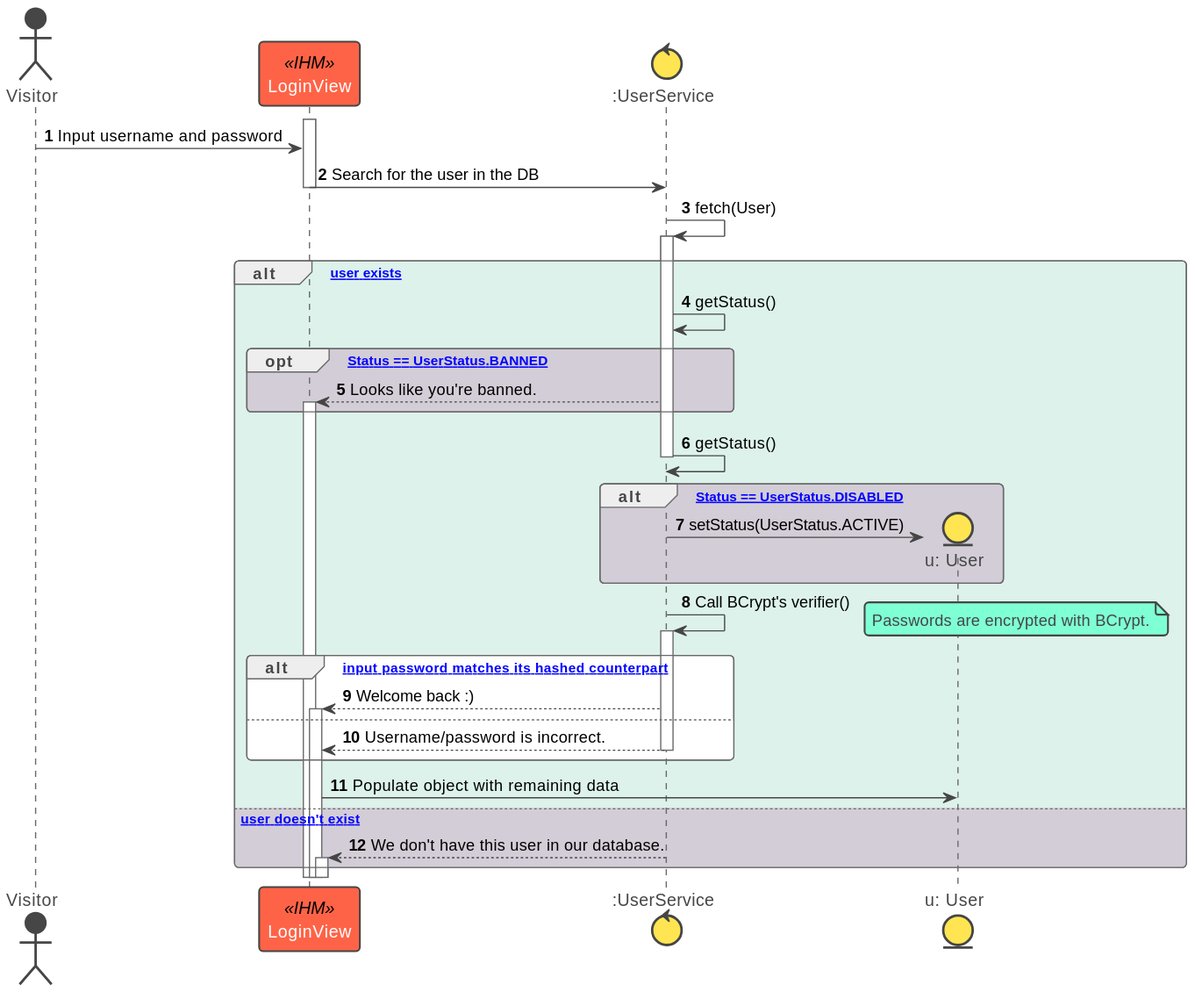
Druid-ESPRIT/magnum-docs keeps this PlantUML diagram as doc/export/seq/user-auth.svg. Above is the earlier version.
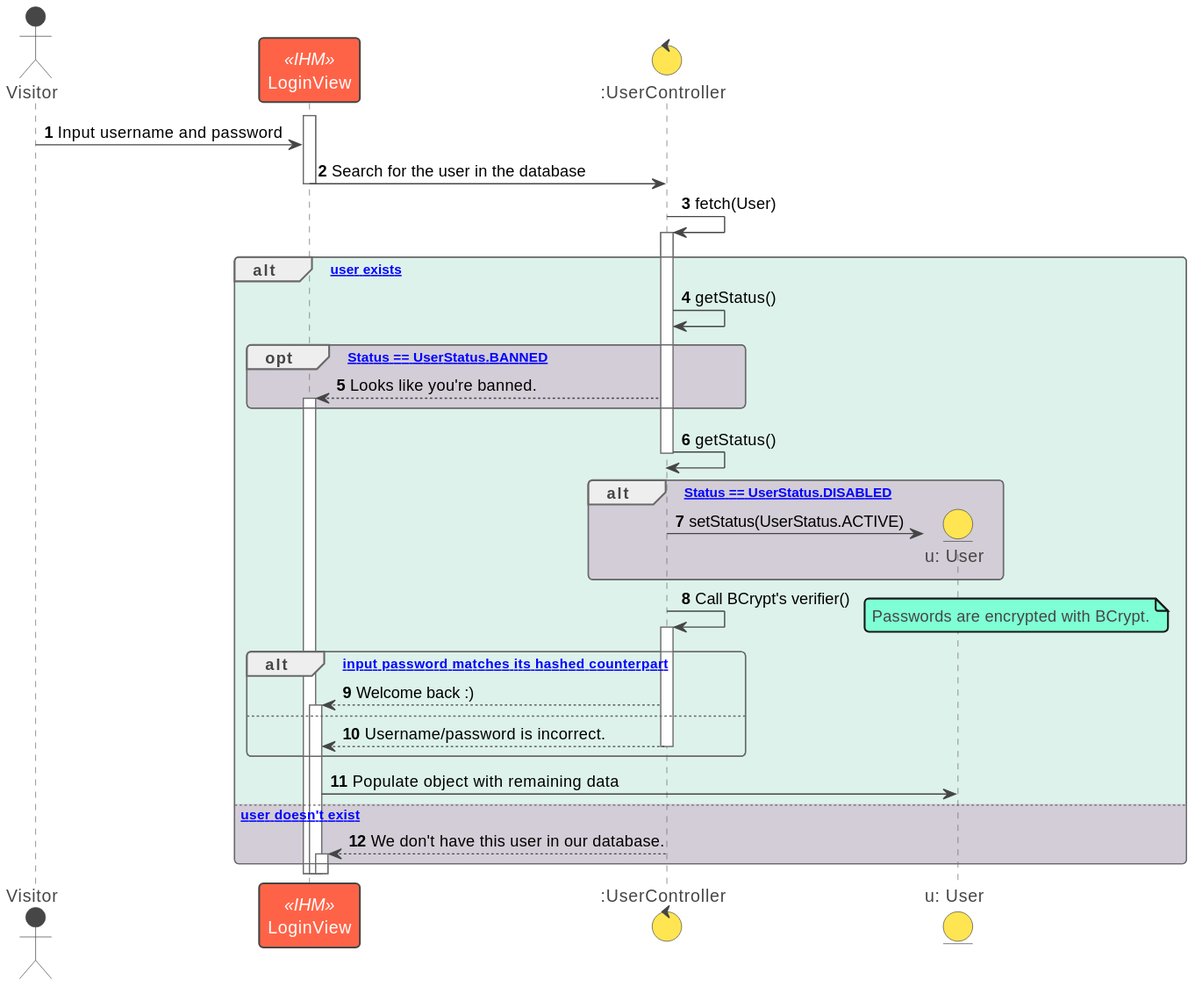
After the commit.

What changed in the source:
```diff
@@ -3,14 +3,14 @@
 
 actor Visitor as V
 participant "LoginView" as IHM << IHM >>
-control ":UserService" as Ctrl
+control ":UserController" as Ctrl
 entity "u: User" as User
 
 autonumber
 
 activate IHM
 V -> IHM: Input username and password
-IHM -> Ctrl: Search for the user in the DB
+IHM -> Ctrl: Search for the user in the database
 deactivate IHM
 Ctrl -> Ctrl: fetch(User)
 
```
